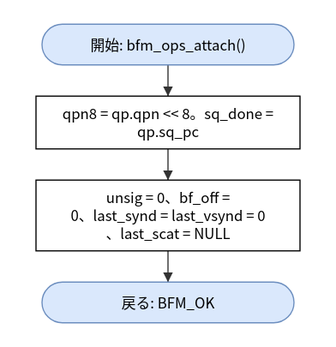
The draw.io diagram doc/spec/images/flow_src_bfm_ops-bfm_ops_attach.drawio.svg in hf355051012-ai/bfmem, before a commit. Source tidied: cells renumbered, new cells last; positions are measured from the earlier drawing's top-left corner, leaving out a move shared by most shapes. Its diagram source:
```xml
<mxGraphModel>
  <root>
    <mxCell id="0" />
    <mxCell id="1" parent="0" />
    <mxCell id="2" value="開始: bfm_ops_attach()" style="rounded=1;arcSize=50;whiteSpace=wrap;html=1;fillColor=#dae8fc;strokeColor=#6c8ebf;" parent="1" vertex="1">
      <mxGeometry x="5" width="210" height="34" as="geometry" />
    </mxCell>
    <mxCell id="3" value="qpn8 = qp.qpn &amp;lt;&amp;lt; 8。sq_done =&lt;br&gt;qp.sq_pc" style="rounded=0;whiteSpace=wrap;html=1;" parent="1" vertex="1">
      <mxGeometry y="60" width="220" height="44" as="geometry" />
    </mxCell>
    <mxCell id="4" value="unsig = 0、bf_off =&lt;br&gt;0、last_synd = last_vsynd = 0&lt;br&gt;、last_scat = NULL" style="rounded=0;whiteSpace=wrap;html=1;" parent="1" vertex="1">
      <mxGeometry y="130" width="220" height="59" as="geometry" />
    </mxCell>
    <mxCell id="5" value="戻る: BFM_OK" style="rounded=1;arcSize=50;whiteSpace=wrap;html=1;fillColor=#dae8fc;strokeColor=#6c8ebf;" parent="1" vertex="1">
      <mxGeometry x="5" y="215" width="210" height="34" as="geometry" />
    </mxCell>
    <mxCell id="6" style="edgeStyle=none;html=1;rounded=0;endArrow=block;endFill=1;exitX=0.5000;exitY=1.0000;exitDx=0;exitDy=0;exitPerimeter=0;entryX=0.5000;entryY=0.0000;entryDx=0;entryDy=0;entryPerimeter=0;" parent="1" edge="1" source="2" target="3">
      <mxGeometry relative="1" as="geometry" />
    </mxCell>
    <mxCell id="7" style="edgeStyle=none;html=1;rounded=0;endArrow=block;endFill=1;exitX=0.5000;exitY=1.0000;exitDx=0;exitDy=0;exitPerimeter=0;entryX=0.5000;entryY=0.0000;entryDx=0;entryDy=0;entryPerimeter=0;" parent="1" edge="1" source="3" target="4">
      <mxGeometry relative="1" as="geometry" />
    </mxCell>
    <mxCell id="8" style="edgeStyle=none;html=1;rounded=0;endArrow=block;endFill=1;exitX=0.5000;exitY=1.0000;exitDx=0;exitDy=0;exitPerimeter=0;entryX=0.5000;entryY=0.0000;entryDx=0;entryDy=0;entryPerimeter=0;" parent="1" edge="1" source="4" target="5">
      <mxGeometry relative="1" as="geometry" />
    </mxCell>
  </root>
</mxGraphModel>
```
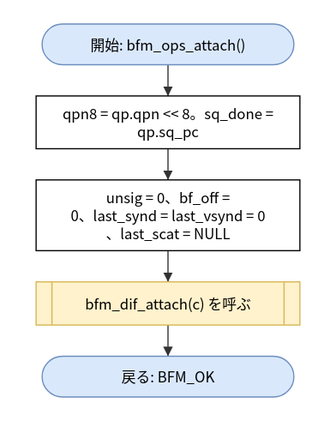
Above is the later version.

Diff of the diagram source:
```diff
@@ -11,9 +11,12 @@
     <mxCell id="4" value="unsig = 0、bf_off =&lt;br&gt;0、last_synd = last_vsynd = 0&lt;br&gt;、last_scat = NULL" style="rounded=0;whiteSpace=wrap;html=1;" parent="1" vertex="1">
       <mxGeometry y="130" width="220" height="59" as="geometry" />
     </mxCell>
-    <mxCell id="5" value="戻る: BFM_OK" style="rounded=1;arcSize=50;whiteSpace=wrap;html=1;fillColor=#dae8fc;strokeColor=#6c8ebf;" parent="1" vertex="1">
-      <mxGeometry x="5" y="215" width="210" height="34" as="geometry" />
+    <mxCell id="5" value="bfm_dif_attach(c) を呼ぶ" style="shape=process;whiteSpace=wrap;html=1;backgroundOutline=1;size=0.06;fillColor=#fff2cc;strokeColor=#d6b656;" parent="1" vertex="1">
+      <mxGeometry y="215" width="220" height="36" as="geometry" />
     </mxCell>
+    <mxCell id="9" value="戻る: BFM_OK" style="rounded=1;arcSize=50;whiteSpace=wrap;html=1;fillColor=#dae8fc;strokeColor=#6c8ebf;" parent="1" vertex="1">
+      <mxGeometry x="5" y="277" width="210" height="34" as="geometry" />
+    </mxCell>
     <mxCell id="6" style="edgeStyle=none;html=1;rounded=0;endArrow=block;endFill=1;exitX=0.5000;exitY=1.0000;exitDx=0;exitDy=0;exitPerimeter=0;entryX=0.5000;entryY=0.0000;entryDx=0;entryDy=0;entryPerimeter=0;" parent="1" edge="1" source="2" target="3">
       <mxGeometry relative="1" as="geometry" />
     </mxCell>
@@ -23,5 +26,8 @@
     <mxCell id="8" style="edgeStyle=none;html=1;rounded=0;endArrow=block;endFill=1;exitX=0.5000;exitY=1.0000;exitDx=0;exitDy=0;exitPerimeter=0;entryX=0.5000;entryY=0.0000;entryDx=0;entryDy=0;entryPerimeter=0;" parent="1" edge="1" source="4" target="5">
       <mxGeometry relative="1" as="geometry" />
     </mxCell>
+    <mxCell id="10" style="edgeStyle=none;html=1;rounded=0;endArrow=block;endFill=1;exitX=0.5000;exitY=1.0000;exitDx=0;exitDy=0;exitPerimeter=0;entryX=0.5000;entryY=0.0000;entryDx=0;entryDy=0;entryPerimeter=0;" parent="1" edge="1" source="5" target="9">
+      <mxGeometry relative="1" as="geometry" />
+    </mxCell>
   </root>
 </mxGraphModel>
```
